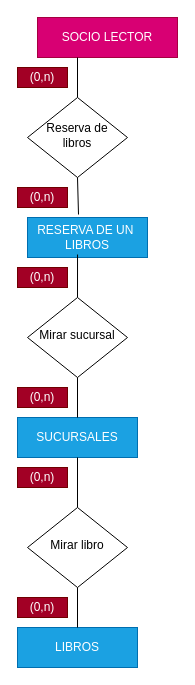
Above: Ejercicio06.drawio in alfredosicre/BaseDatos (draw.io), before the change. Source tidied: cells renumbered, new cells numbered last; positions are measured from the earlier drawing's top-left corner, leaving out a move shared by most shapes. Both pictures are drawn from the tidied source at 100%, with x=0, y=0 at pixel (17, 17).
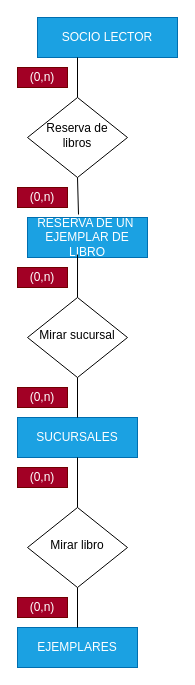
The same page after the edit.

The edit, as a diff of the source:
```diff
@@
-    <mxCell id="2" value="LIBROS" style="rounded=0;whiteSpace=wrap;html=1;fontSize=12;glass=0;strokeWidth=1;shadow=0;fillColor=#1ba1e2;fontColor=#ffffff;strokeColor=#006EAF;" parent="1" vertex="1">
+    <mxCell id="2" value="EJEMPLARES" style="rounded=0;whiteSpace=wrap;html=1;fontSize=12;glass=0;strokeWidth=1;shadow=0;fillColor=#1ba1e2;fontColor=#ffffff;strokeColor=#006EAF;" parent="1" vertex="1">
       <mxGeometry y="610" width="120" height="40" as="geometry" />
     </mxCell>
@@
-    <mxCell id="5" value="SOCIO LECTOR" style="rounded=0;whiteSpace=wrap;html=1;fontSize=12;glass=0;strokeWidth=1;shadow=0;fillColor=#d80073;fontColor=#ffffff;strokeColor=#A50040;" parent="1" vertex="1">
+    <mxCell id="5" value="SOCIO LECTOR" style="rounded=0;whiteSpace=wrap;html=1;fontSize=12;glass=0;strokeWidth=1;shadow=0;fillColor=#1ba1e2;fontColor=#ffffff;strokeColor=#006EAF;" parent="1" vertex="1">
       <mxGeometry x="20" width="140" height="40" as="geometry" />
     </mxCell>
-    <mxCell id="6" value="RESERVA DE UN&amp;nbsp; LIBROS" style="rounded=0;whiteSpace=wrap;html=1;fontSize=12;glass=0;strokeWidth=1;shadow=0;fillColor=#1ba1e2;fontColor=#ffffff;strokeColor=#006EAF;" parent="1" vertex="1">
+    <mxCell id="6" value="RESERVA DE UN&amp;nbsp; EJEMPLAR DE LIBRO" style="rounded=0;whiteSpace=wrap;html=1;fontSize=12;glass=0;strokeWidth=1;shadow=0;fillColor=#1ba1e2;fontColor=#ffffff;strokeColor=#006EAF;" parent="1" vertex="1">
       <mxGeometry x="10" y="200" width="120" height="40" as="geometry" />
     </mxCell>
```
